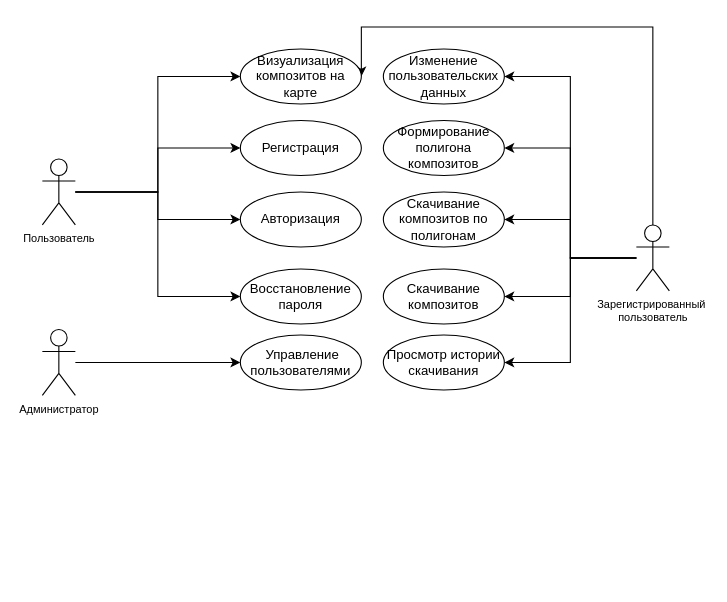
This is page "Диаграмма вариантов использования" (4 of 5) of SIPS.drawio from SimpleIN1/SIPS, a draw.io file, before an edit. Source tidied: cells renumbered, new cells numbered last; positions are measured from the earlier drawing's top-left corner, leaving out a move shared by most shapes. Both pictures are drawn from the tidied source at 110%, with x=0, y=0 at pixel (42, 26).
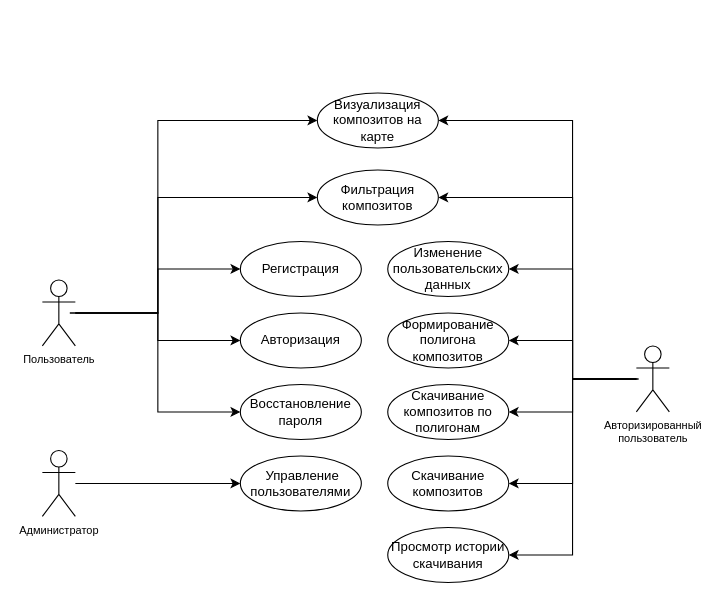
After the change.

Change to the diagram source:
```diff
@@
-    <mxCell id="5" style="edgeStyle=orthogonalEdgeStyle;rounded=0;jettySize=auto;html=1;entryX=0;entryY=0.5;entryDx=0;entryDy=0;" parent="1" edge="1" source="6" target="19">
-      <mxGeometry relative="1" as="geometry" />
-    </mxCell>
+    <mxCell id="26" style="edgeStyle=orthogonalEdgeStyle;rounded=0;jettySize=auto;html=1;entryX=0;entryY=0.5;entryDx=0;entryDy=0;" parent="1" edge="1" target="19">
+      <mxGeometry relative="1" as="geometry">
+        <mxPoint x="25" y="260" as="sourcePoint" />
+        <Array as="points">
+          <mxPoint x="105" y="260" />
+          <mxPoint x="105" y="85" />
+        </Array>
+      </mxGeometry>
+    </mxCell>
+    <mxCell id="27" style="edgeStyle=orthogonalEdgeStyle;rounded=0;jettySize=auto;html=1;entryX=0;entryY=0.5;entryDx=0;entryDy=0;" parent="1" edge="1" target="30">
+      <mxGeometry relative="1" as="geometry">
+        <mxPoint x="25" y="260" as="sourcePoint" />
+        <Array as="points">
+          <mxPoint x="105" y="260" />
+          <mxPoint x="105" y="155" />
+        </Array>
+      </mxGeometry>
+    </mxCell>
     <mxCell id="6" value="&lt;div&gt;Пользователь&lt;/div&gt;&lt;div&gt;&lt;br&gt;&lt;/div&gt;" style="shape=umlActor;verticalLabelPosition=bottom;verticalAlign=top;html=1;fontSize=10;" parent="1" vertex="1">
-      <mxGeometry y="120" width="30" height="60" as="geometry" />
+      <mxGeometry y="230" width="30" height="60" as="geometry" />
     </mxCell>
-    <mxCell id="7" style="edgeStyle=orthogonalEdgeStyle;rounded=0;jettySize=auto;html=1;entryX=1;entryY=0.5;entryDx=0;entryDy=0;" parent="1" edge="1" source="13" target="19">
-      <mxGeometry relative="1" as="geometry">
-        <Array as="points">
-          <mxPoint x="555" />
-          <mxPoint x="290" />
-        </Array>
-      </mxGeometry>
-    </mxCell>
@@
+    <mxCell id="28" style="edgeStyle=orthogonalEdgeStyle;rounded=0;jettySize=auto;html=1;entryX=1;entryY=0.5;entryDx=0;entryDy=0;" parent="1" edge="1" target="30">
+      <mxGeometry relative="1" as="geometry">
+        <mxPoint x="542" y="320" as="sourcePoint" />
+        <Array as="points">
+          <mxPoint x="482" y="320" />
+          <mxPoint x="482" y="155" />
+        </Array>
+      </mxGeometry>
+    </mxCell>
+    <mxCell id="29" style="edgeStyle=orthogonalEdgeStyle;rounded=0;jettySize=auto;html=1;entryX=1;entryY=0.5;entryDx=0;entryDy=0;" parent="1" edge="1" target="19">
+      <mxGeometry relative="1" as="geometry">
+        <mxPoint x="542" y="320" as="sourcePoint" />
+        <Array as="points">
+          <mxPoint x="482" y="320" />
+          <mxPoint x="482" y="85" />
+        </Array>
+      </mxGeometry>
+    </mxCell>
-    <mxCell id="13" value="&lt;div&gt;Зарегистрированный&amp;nbsp;&lt;/div&gt;&lt;div&gt;пользователь&lt;/div&gt;" style="shape=umlActor;verticalLabelPosition=bottom;verticalAlign=top;html=1;fontSize=10;" parent="1" vertex="1">
-      <mxGeometry x="540" y="180" width="30" height="60" as="geometry" />
+    <mxCell id="13" value="&lt;div&gt;Авторизированный &lt;br&gt;&lt;/div&gt;&lt;div&gt;пользователь&lt;/div&gt;" style="shape=umlActor;verticalLabelPosition=bottom;verticalAlign=top;html=1;fontSize=10;" parent="1" vertex="1">
+      <mxGeometry x="540" y="290" width="30" height="60" as="geometry" />
     </mxCell>
@@
     <mxCell id="15" value="Администратор" style="shape=umlActor;verticalLabelPosition=bottom;verticalAlign=top;html=1;fontSize=10;" parent="1" vertex="1">
-      <mxGeometry y="275" width="30" height="60" as="geometry" />
+      <mxGeometry y="385" width="30" height="60" as="geometry" />
     </mxCell>
     <mxCell id="16" value="&lt;div&gt;Регистрация&lt;/div&gt;" style="ellipse;whiteSpace=wrap;html=1;" parent="1" vertex="1">
-      <mxGeometry x="180" y="85" width="110" height="50" as="geometry" />
+      <mxGeometry x="180" y="195" width="110" height="50" as="geometry" />
     </mxCell>
     <mxCell id="17" value="&lt;div&gt;Авторизация&lt;/div&gt;" style="ellipse;whiteSpace=wrap;html=1;" parent="1" vertex="1">
-      <mxGeometry x="180" y="150" width="110" height="50" as="geometry" />
+      <mxGeometry x="180" y="260" width="110" height="50" as="geometry" />
     </mxCell>
     <mxCell id="18" value="&lt;div&gt;Восстановление пароля&lt;/div&gt;" style="ellipse;whiteSpace=wrap;html=1;" parent="1" vertex="1">
-      <mxGeometry x="180" y="220" width="110" height="50" as="geometry" />
+      <mxGeometry x="180" y="325" width="110" height="50" as="geometry" />
     </mxCell>
     <mxCell id="19" value="Визуализация композитов на карте" style="ellipse;whiteSpace=wrap;html=1;" parent="1" vertex="1">
-      <mxGeometry x="180" y="20" width="110" height="50" as="geometry" />
+      <mxGeometry x="250" y="60" width="110" height="50" as="geometry" />
     </mxCell>
     <mxCell id="20" value="&amp;nbsp;Управление пользователями" style="ellipse;whiteSpace=wrap;html=1;" parent="1" vertex="1">
-      <mxGeometry x="180" y="280" width="110" height="50" as="geometry" />
+      <mxGeometry x="180" y="390" width="110" height="50" as="geometry" />
     </mxCell>
     <mxCell id="21" value="&lt;div&gt;Изменение пользовательских&lt;/div&gt;&lt;div&gt;данных&lt;/div&gt;" style="ellipse;whiteSpace=wrap;html=1;" parent="1" vertex="1">
-      <mxGeometry x="310" y="20" width="110" height="50" as="geometry" />
+      <mxGeometry x="314" y="195" width="110" height="50" as="geometry" />
     </mxCell>
     <mxCell id="22" value="Формирование полигона композитов" style="ellipse;whiteSpace=wrap;html=1;" parent="1" vertex="1">
-      <mxGeometry x="310" y="85" width="110" height="50" as="geometry" />
+      <mxGeometry x="314" y="260" width="110" height="50" as="geometry" />
     </mxCell>
     <mxCell id="23" value="Скачивание композитов по полигонам" style="ellipse;whiteSpace=wrap;html=1;" parent="1" vertex="1">
-      <mxGeometry x="310" y="150" width="110" height="50" as="geometry" />
+      <mxGeometry x="314" y="325" width="110" height="50" as="geometry" />
     </mxCell>
     <mxCell id="24" value="Скачивание композитов" style="ellipse;whiteSpace=wrap;html=1;" parent="1" vertex="1">
-      <mxGeometry x="310" y="220" width="110" height="50" as="geometry" />
+      <mxGeometry x="314" y="390" width="110" height="50" as="geometry" />
     </mxCell>
     <mxCell id="25" value="Просмотр истории скачивания" style="ellipse;whiteSpace=wrap;html=1;" parent="1" vertex="1">
-      <mxGeometry x="310" y="280" width="110" height="50" as="geometry" />
+      <mxGeometry x="314" y="455" width="110" height="50" as="geometry" />
     </mxCell>
+    <mxCell id="30" value="Фильтрация композитов" style="ellipse;whiteSpace=wrap;html=1;" parent="1" vertex="1">
+      <mxGeometry x="250" y="130" width="110" height="50" as="geometry" />
+    </mxCell>
```
